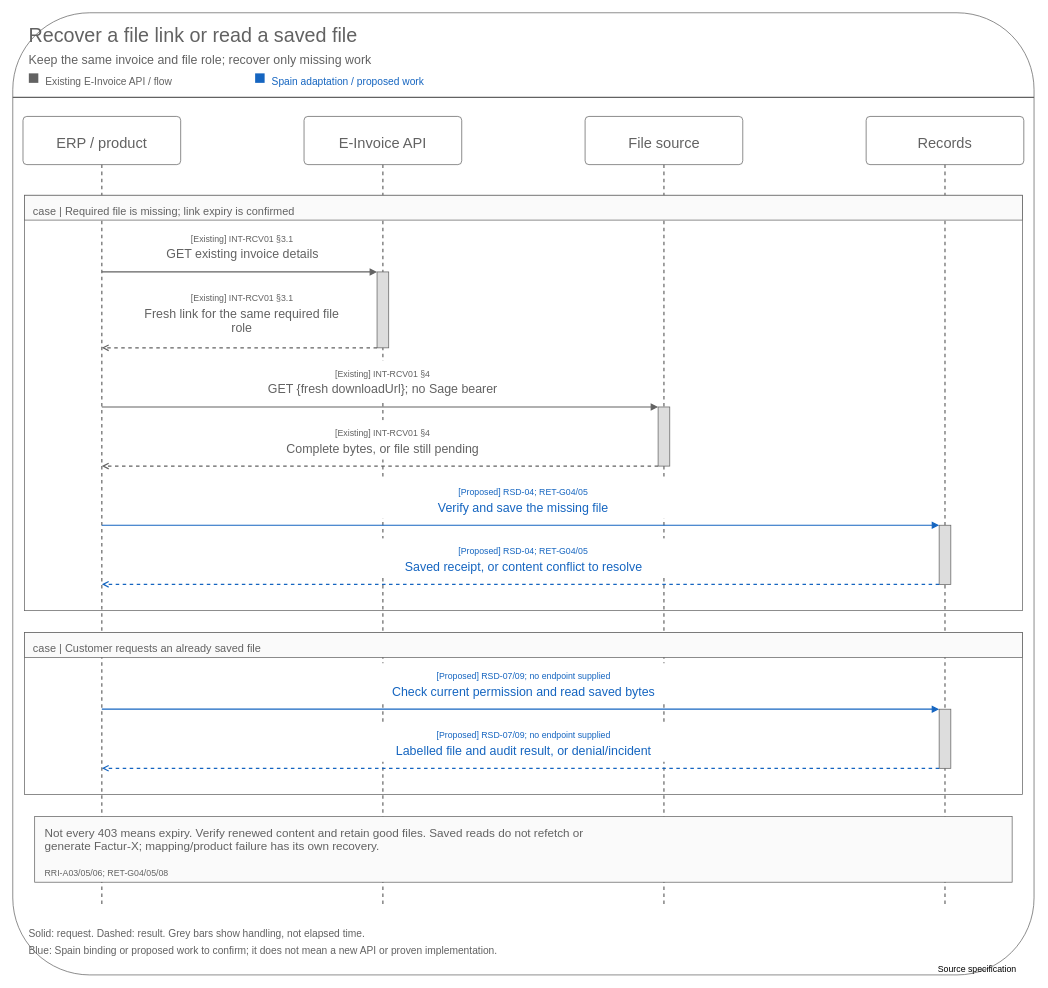
The draw.io diagram assets/diagrams/invoice-retrieval-file-recovery-sequence.drawio in jiaxinhe0709/pm_second_brain, before the edit. Source tidied: cells renumbered, new cells numbered last; positions are measured from the earlier drawing's top-left corner, leaving out a move shared by most shapes. Both pictures are drawn from the tidied source at 73%, with x=0, y=0 at pixel (12, 12).
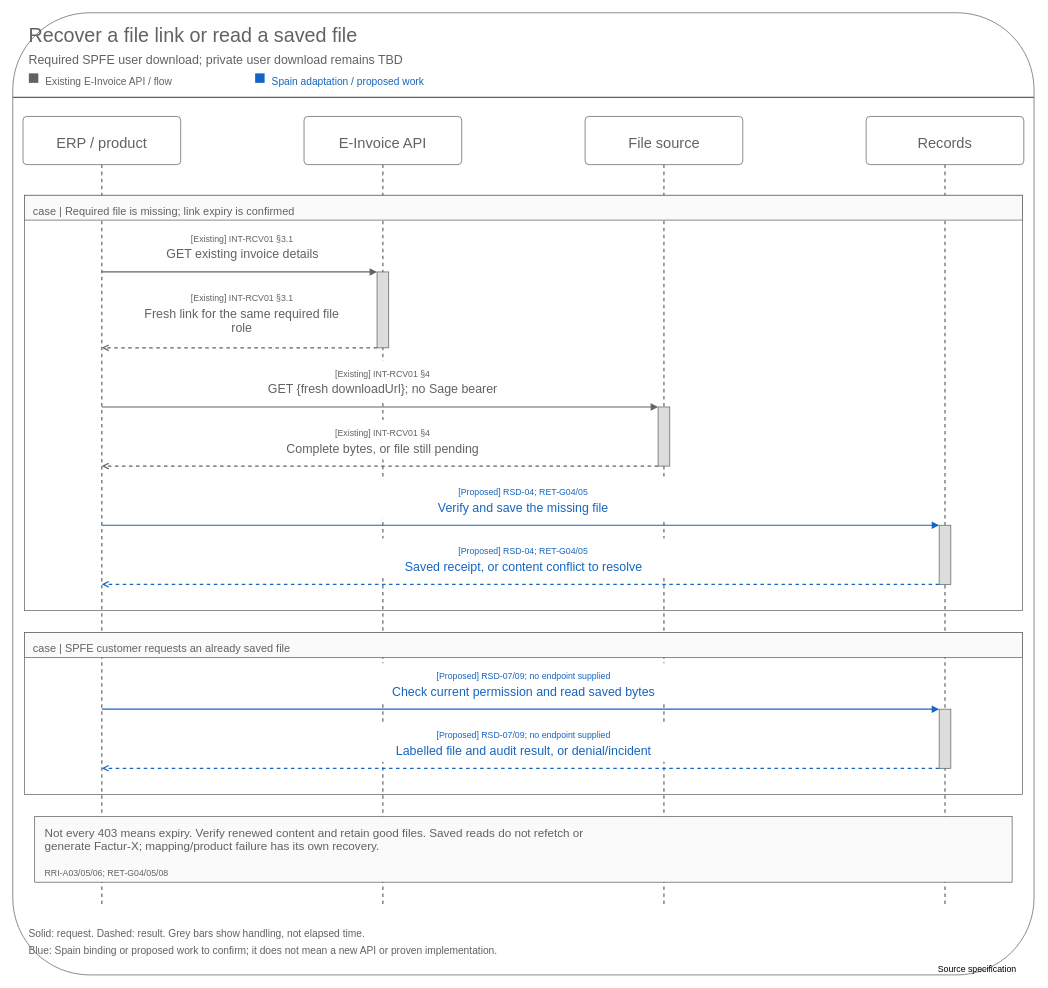
The same page after the edit.

What changed in the source:
```diff
@@
-    <mxCell id="4" value="Keep the same invoice and file role; recover only missing work" style="text;html=0;whiteSpace=wrap;spacing=0;verticalAlign=top;align=left;fontSize=17;fontColor=#626262;" parent="1" vertex="1">
+    <mxCell id="4" value="Required SPFE user download; private user download remains TBD" style="text;html=0;whiteSpace=wrap;spacing=0;verticalAlign=top;align=left;fontSize=17;fontColor=#626262;" parent="1" vertex="1">
       <mxGeometry x="22" y="51" width="676" height="26" as="geometry" />
     </mxCell>
@@
-    <mxCell id="27" value="case | Customer requests an already saved file" style="text;html=0;whiteSpace=wrap;spacing=0;verticalAlign=top;align=left;fontSize=15;fontColor=#626262;" parent="1" vertex="1">
-      <mxGeometry x="28" y="857" width="446.7" height="26" as="geometry" />
+    <mxCell id="27" value="case | SPFE customer requests an already saved file" style="text;html=0;whiteSpace=wrap;spacing=0;verticalAlign=top;align=left;fontSize=15;fontColor=#626262;" parent="1" vertex="1">
+      <mxGeometry x="28" y="857" width="493.9" height="26" as="geometry" />
     </mxCell>
```
